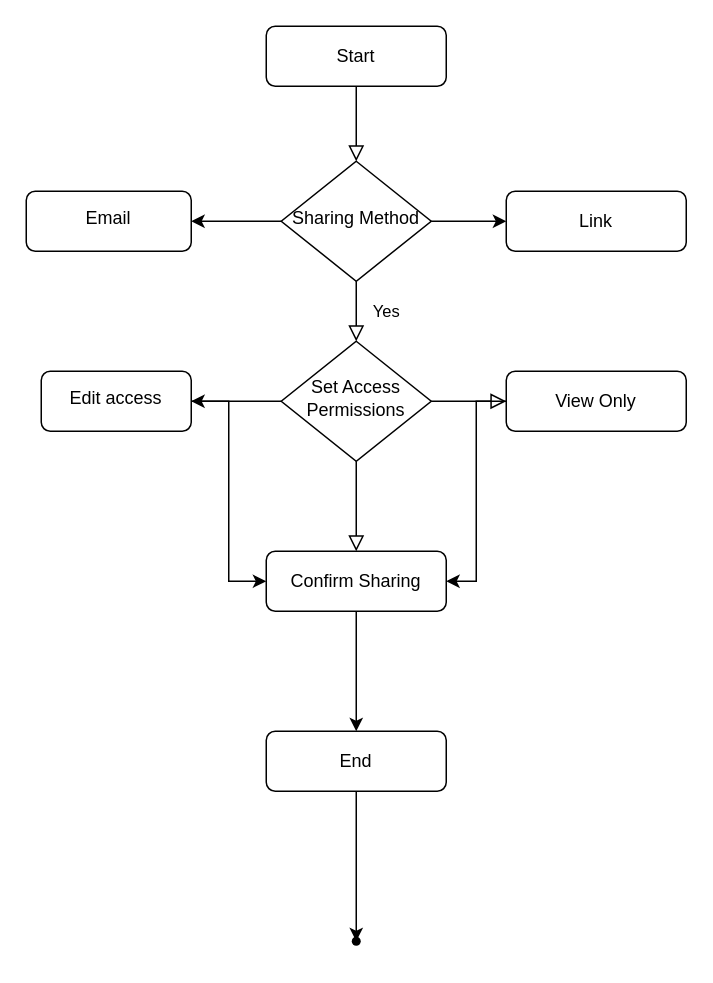
The draw.io diagram Flowchart/Zeel_Sharing.drawio in VatsSanghvi/Big-Data-Project, before the edit. Source tidied: cells renumbered, new cells numbered last; positions are measured from the earlier drawing's top-left corner, leaving out a move shared by most shapes. Both pictures are drawn from the tidied source at 150%, with x=0, y=0 at pixel (26, 26).
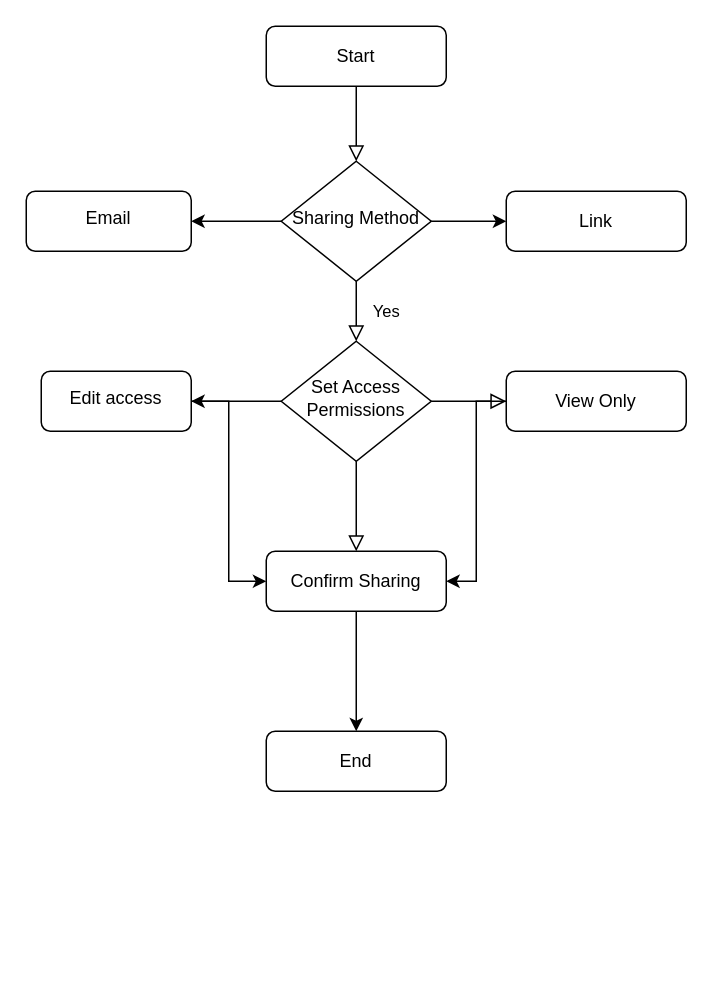
The same page after the edit.

Unchanged cells that the change refers to:
```xml
<mxCell id="21" value="End" style="rounded=1;whiteSpace=wrap;html=1;fontSize=12;glass=0;strokeWidth=1;shadow=0;" parent="1" vertex="1">
  <mxGeometry x="160" y="470" width="120" height="40" as="geometry" />
</mxCell>
```

Diff of the diagram source:
```diff
@@
-    <mxCell id="20" style="edgeStyle=orthogonalEdgeStyle;rounded=0;jettySize=auto;html=1;" parent="1" edge="1" source="21" target="22">
-      <mxGeometry relative="1" as="geometry" />
-    </mxCell>
@@
-    <mxCell id="22" style="shape=waypoint;sketch=0;size=6;points=[];fillColor=default;perimeter=centerPerimeter;snapToPoint=1;rounded=1;glass=0;strokeWidth=1;shadow=0;" parent="1" vertex="1">
-      <mxGeometry x="210" y="600" width="20" height="20" as="geometry" />
-    </mxCell>
```
